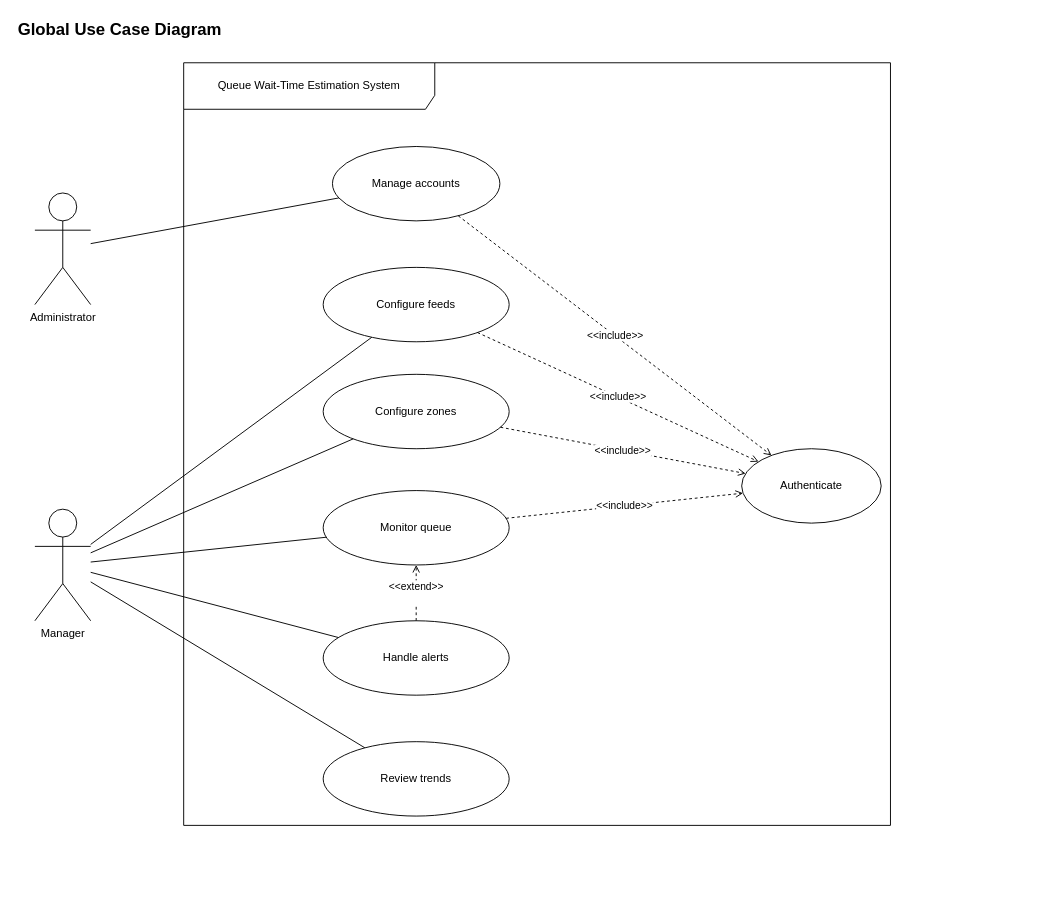
Earlier version of the draw.io diagram report-latex/figures/drawio/global_use_case.drawio (Salmen-BA21/Queue-Wait-Time-Estimation). Source tidied: cells renumbered, new cells numbered last; positions are measured from the earlier drawing's top-left corner, leaving out a move shared by most shapes. Both pictures are drawn from the tidied source at 93%, with x=0, y=0 at pixel (16, 16).
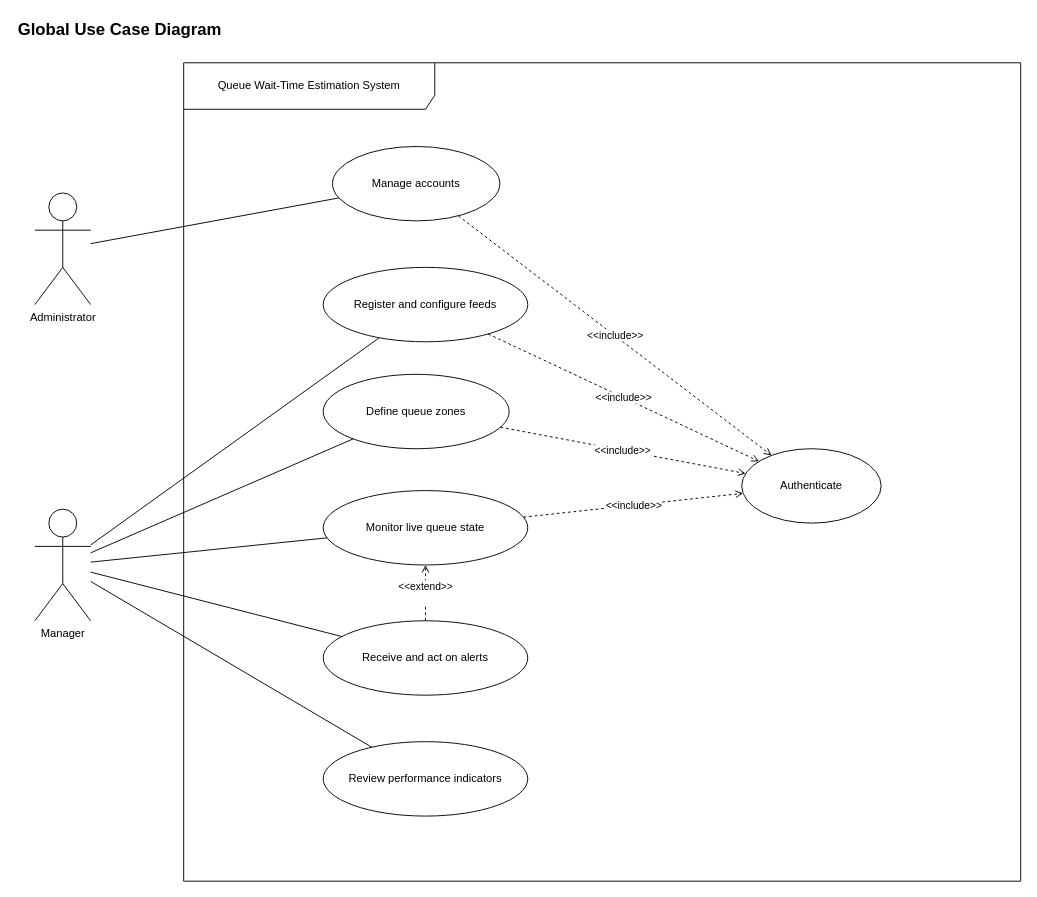
The same diagram, later.

What changed in the source:
```diff
@@
     <mxCell id="5" value="Queue Wait-Time Estimation System" style="shape=umlFrame;whiteSpace=wrap;html=1;width=270;height=50;" parent="1" vertex="1">
-      <mxGeometry x="180" y="50" width="760" height="820" as="geometry" />
+      <mxGeometry x="180" y="50" width="900" height="880" as="geometry" />
     </mxCell>
@@
-    <mxCell id="7" value="Configure feeds" style="ellipse;whiteSpace=wrap;html=1;" parent="5" vertex="1">
-      <mxGeometry x="150" y="220" width="200" height="80" as="geometry" />
+    <mxCell id="7" value="Register and configure feeds" style="ellipse;whiteSpace=wrap;html=1;" parent="5" vertex="1">
+      <mxGeometry x="150" y="220" width="220" height="80" as="geometry" />
     </mxCell>
-    <mxCell id="8" value="Configure zones" style="ellipse;whiteSpace=wrap;html=1;" parent="5" vertex="1">
+    <mxCell id="8" value="Define queue zones" style="ellipse;whiteSpace=wrap;html=1;" parent="5" vertex="1">
       <mxGeometry x="150" y="335" width="200" height="80" as="geometry" />
     </mxCell>
-    <mxCell id="9" value="Monitor queue" style="ellipse;whiteSpace=wrap;html=1;" parent="5" vertex="1">
-      <mxGeometry x="150" y="460" width="200" height="80" as="geometry" />
+    <mxCell id="9" value="Monitor live queue state" style="ellipse;whiteSpace=wrap;html=1;" parent="5" vertex="1">
+      <mxGeometry x="150" y="460" width="220" height="80" as="geometry" />
     </mxCell>
-    <mxCell id="10" value="Handle alerts" style="ellipse;whiteSpace=wrap;html=1;" parent="5" vertex="1">
-      <mxGeometry x="150" y="600" width="200" height="80" as="geometry" />
+    <mxCell id="10" value="Receive and act on alerts" style="ellipse;whiteSpace=wrap;html=1;" parent="5" vertex="1">
+      <mxGeometry x="150" y="600" width="220" height="80" as="geometry" />
     </mxCell>
-    <mxCell id="11" value="Review trends" style="ellipse;whiteSpace=wrap;html=1;" parent="5" vertex="1">
-      <mxGeometry x="150" y="730" width="200" height="80" as="geometry" />
+    <mxCell id="11" value="Review performance indicators" style="ellipse;whiteSpace=wrap;html=1;" parent="5" vertex="1">
+      <mxGeometry x="150" y="730" width="220" height="80" as="geometry" />
     </mxCell>
```
